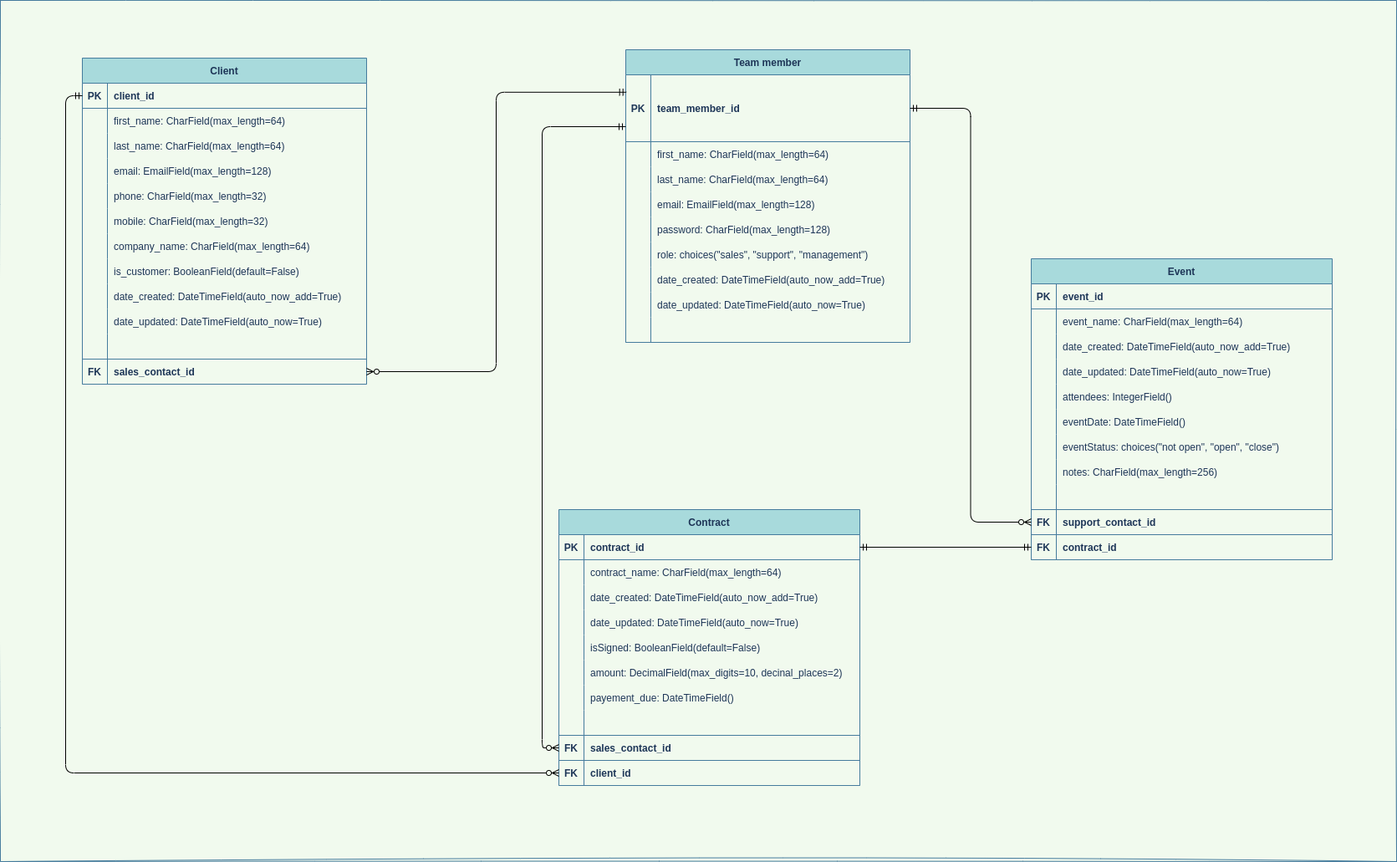
This is Logical_Data_Model.drawio.png from josayko-courses/epic_events_CRM, a draw.io export, as it was before one commit. Source tidied: cells renumbered, new cells last; positions are measured from the earlier drawing's top-left corner, leaving out a move shared by most shapes.
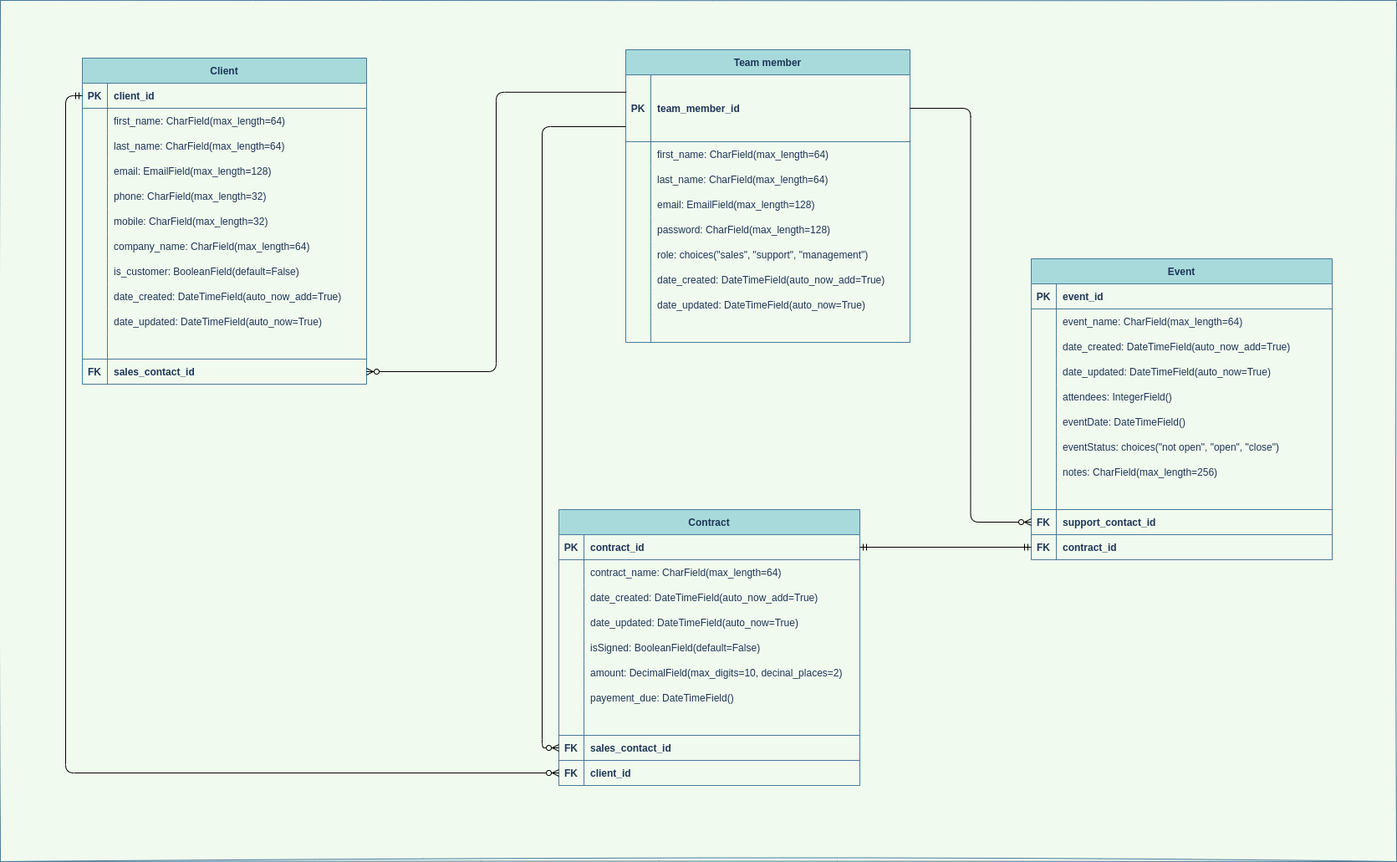
Later version of the same file.

Change to the diagram source:
```diff
@@ -396,16 +396,16 @@
     <mxCell id="133" value="contract_id" style="shape=partialRectangle;fillColor=none;top=0;left=0;bottom=0;right=0;align=left;spacingLeft=6;fontStyle=1;overflow=hidden;strokeColor=#457B9D;fontColor=#1D3557;" parent="131" vertex="1">
       <mxGeometry x="30" width="330" height="30" as="geometry" />
     </mxCell>
-    <mxCell id="134" style="edgeStyle=orthogonalEdgeStyle;curved=0;rounded=1;sketch=0;jettySize=auto;html=1;exitX=0.002;exitY=0.26;exitDx=0;exitDy=0;entryX=1;entryY=0.5;entryDx=0;entryDy=0;fontColor=#1D3557;strokeColor=default;fillColor=#A8DADC;endArrow=ERzeroToMany;endFill=0;startArrow=ERmandOne;startFill=0;exitPerimeter=0;" parent="3" edge="1" source="42" target="38">
+    <mxCell id="134" style="edgeStyle=orthogonalEdgeStyle;curved=0;rounded=1;sketch=0;jettySize=auto;html=1;exitX=0.002;exitY=0.26;exitDx=0;exitDy=0;entryX=1;entryY=0.5;entryDx=0;entryDy=0;fontColor=#1D3557;strokeColor=default;fillColor=#A8DADC;endArrow=ERzeroToMany;endFill=0;startArrow=none;startFill=0;exitPerimeter=0;" parent="3" edge="1" source="42" target="38">
       <mxGeometry relative="1" as="geometry" />
     </mxCell>
     <mxCell id="135" style="edgeStyle=orthogonalEdgeStyle;rounded=1;sketch=0;jettySize=auto;html=1;exitX=0;exitY=0.5;exitDx=0;exitDy=0;entryX=0;entryY=0.5;entryDx=0;entryDy=0;fontColor=#1D3557;startArrow=ERmandOne;startFill=0;endArrow=ERzeroToMany;endFill=0;strokeColor=default;fillColor=#A8DADC;" parent="3" edge="1" source="5" target="97">
       <mxGeometry relative="1" as="geometry" />
     </mxCell>
-    <mxCell id="136" style="edgeStyle=orthogonalEdgeStyle;rounded=1;sketch=0;jettySize=auto;html=1;exitX=0;exitY=0.5;exitDx=0;exitDy=0;entryX=0;entryY=0.775;entryDx=0;entryDy=0;entryPerimeter=0;fontColor=#1D3557;startArrow=ERzeroToMany;startFill=0;endArrow=ERmandOne;endFill=0;strokeColor=default;fillColor=#A8DADC;" parent="3" edge="1" source="94" target="42">
+    <mxCell id="136" style="edgeStyle=orthogonalEdgeStyle;rounded=1;sketch=0;jettySize=auto;html=1;exitX=0;exitY=0.5;exitDx=0;exitDy=0;entryX=0;entryY=0.775;entryDx=0;entryDy=0;entryPerimeter=0;fontColor=#1D3557;startArrow=ERzeroToMany;startFill=0;endArrow=none;endFill=0;strokeColor=default;fillColor=#A8DADC;" parent="3" edge="1" source="94" target="42">
       <mxGeometry relative="1" as="geometry" />
     </mxCell>
-    <mxCell id="137" style="edgeStyle=orthogonalEdgeStyle;rounded=1;sketch=0;jettySize=auto;html=1;exitX=1;exitY=0.5;exitDx=0;exitDy=0;entryX=0;entryY=0.5;entryDx=0;entryDy=0;fontColor=#1D3557;startArrow=ERmandOne;startFill=0;endArrow=ERzeroToMany;endFill=0;strokeColor=default;fillColor=#A8DADC;" parent="3" edge="1" source="42" target="128">
+    <mxCell id="137" style="edgeStyle=orthogonalEdgeStyle;rounded=1;sketch=0;jettySize=auto;html=1;exitX=1;exitY=0.5;exitDx=0;exitDy=0;entryX=0;entryY=0.5;entryDx=0;entryDy=0;fontColor=#1D3557;startArrow=none;startFill=0;endArrow=ERzeroToMany;endFill=0;strokeColor=default;fillColor=#A8DADC;" parent="3" edge="1" source="42" target="128">
       <mxGeometry relative="1" as="geometry" />
     </mxCell>
     <mxCell id="138" style="edgeStyle=orthogonalEdgeStyle;rounded=1;sketch=0;jettySize=auto;html=1;exitX=0;exitY=0.5;exitDx=0;exitDy=0;entryX=1;entryY=0.5;entryDx=0;entryDy=0;fontColor=#1D3557;startArrow=ERmandOne;startFill=0;endArrow=ERmandOne;endFill=0;strokeColor=default;fillColor=#A8DADC;" parent="3" edge="1" source="131" target="70">
```
